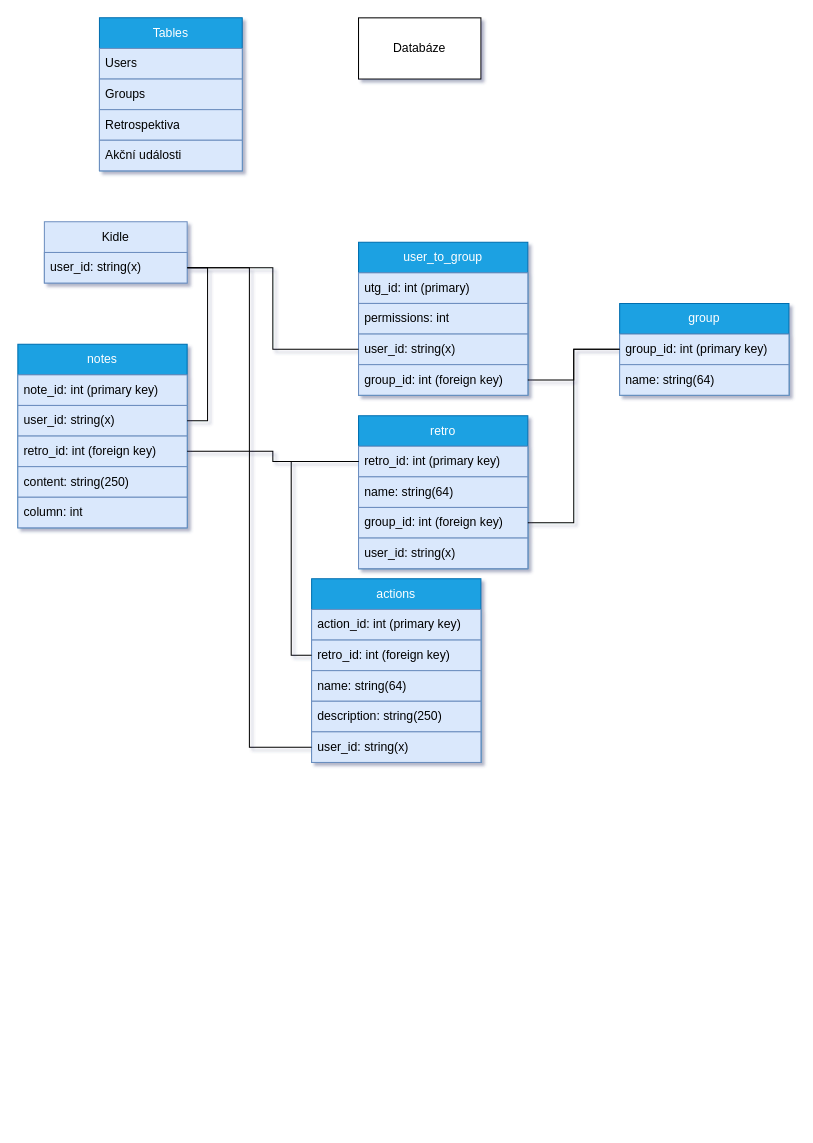
ProjNull/Praeteritum keeps this draw.io diagram as backend/app/database/schemes/Praeterium.drawio. Above is the earlier version. Source tidied: cells renumbered, new cells numbered last; positions are measured from the earlier drawing's top-left corner, leaving out a move shared by most shapes. Both pictures are drawn from the tidied source at 102%, with x=0, y=0 at pixel (17, 17).
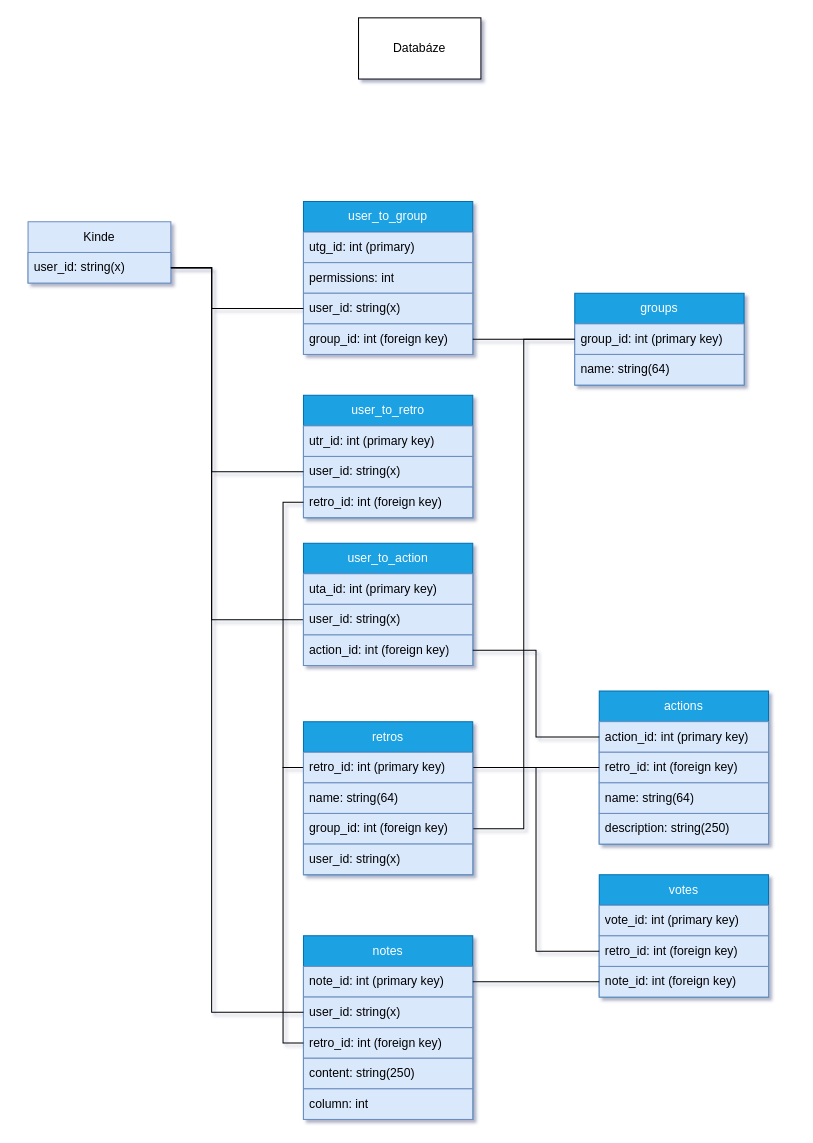
The same diagram, later.

Unchanged cells that the change refers to:
```xml
<mxCell id="11" value="user_id: string(x)" style="text;strokeColor=#6c8ebf;fillColor=#dae8fc;align=left;verticalAlign=middle;spacingLeft=4;spacingRight=4;overflow=hidden;points=[[0,0.5],[1,0.5]];portConstraint=eastwest;whiteSpace=wrap;html=1;" parent="8" vertex="1">
  <mxGeometry y="90" width="166" height="30" as="geometry" />
</mxCell>
<mxCell id="19" value="action_id: int (primary key)" style="text;strokeColor=#6c8ebf;fillColor=#dae8fc;align=left;verticalAlign=middle;spacingLeft=4;spacingRight=4;overflow=hidden;points=[[0,0.5],[1,0.5]];portConstraint=eastwest;whiteSpace=wrap;html=1;" parent="18" vertex="1">
  <mxGeometry y="30" width="166" height="30" as="geometry" />
</mxCell>
<mxCell id="20" value="retro_id: int (foreign key)" style="text;strokeColor=#6c8ebf;fillColor=#dae8fc;align=left;verticalAlign=middle;spacingLeft=4;spacingRight=4;overflow=hidden;points=[[0,0.5],[1,0.5]];portConstraint=eastwest;whiteSpace=wrap;html=1;" parent="18" vertex="1">
  <mxGeometry y="60" width="166" height="30" as="geometry" />
</mxCell>
<mxCell id="32" value="note_id: int (primary key)" style="text;strokeColor=#6c8ebf;fillColor=#dae8fc;align=left;verticalAlign=middle;spacingLeft=4;spacingRight=4;overflow=hidden;points=[[0,0.5],[1,0.5]];portConstraint=eastwest;whiteSpace=wrap;html=1;" parent="31" vertex="1">
  <mxGeometry y="30" width="166" height="30" as="geometry" />
</mxCell>
<mxCell id="33" value="user_id: string(x)" style="text;strokeColor=#6c8ebf;fillColor=#dae8fc;align=left;verticalAlign=middle;spacingLeft=4;spacingRight=4;overflow=hidden;points=[[0,0.5],[1,0.5]];portConstraint=eastwest;whiteSpace=wrap;html=1;" parent="31" vertex="1">
  <mxGeometry y="60" width="166" height="30" as="geometry" />
</mxCell>
<mxCell id="34" value="retro_id: int (foreign key)" style="text;strokeColor=#6c8ebf;fillColor=#dae8fc;align=left;verticalAlign=middle;spacingLeft=4;spacingRight=4;overflow=hidden;points=[[0,0.5],[1,0.5]];portConstraint=eastwest;whiteSpace=wrap;html=1;" parent="31" vertex="1">
  <mxGeometry y="90" width="166" height="30" as="geometry" />
</mxCell>
<mxCell id="39" value="&lt;span style=&quot;text-align: center;&quot;&gt;user_id: string(x)&lt;/span&gt;" style="text;strokeColor=#6c8ebf;fillColor=#dae8fc;align=left;verticalAlign=middle;spacingLeft=4;spacingRight=4;overflow=hidden;points=[[0,0.5],[1,0.5]];portConstraint=eastwest;whiteSpace=wrap;html=1;" parent="38" vertex="1">
  <mxGeometry y="30" width="140" height="30" as="geometry" />
</mxCell>
```

Change to the diagram source:
```diff
@@
-    <mxCell id="2" value="Tables" style="swimlane;fontStyle=0;horizontal=1;startSize=30;whiteSpace=wrap;html=1;fillColor=#1ba1e2;strokeColor=#006EAF;fontColor=#ffffff;" parent="1" vertex="1">
-      <mxGeometry x="80" width="140" height="150" as="geometry" />
-    </mxCell>
-    <mxCell id="3" value="Users" style="text;strokeColor=#6c8ebf;fillColor=#dae8fc;align=left;verticalAlign=middle;spacingLeft=4;spacingRight=4;overflow=hidden;whiteSpace=wrap;html=1;" parent="2" vertex="1">
-      <mxGeometry y="30" width="140" height="30" as="geometry" />
-    </mxCell>
-    <mxCell id="4" value="Groups" style="text;strokeColor=#6c8ebf;fillColor=#dae8fc;align=left;verticalAlign=middle;spacingLeft=4;spacingRight=4;overflow=hidden;whiteSpace=wrap;html=1;" parent="2" vertex="1">
-      <mxGeometry y="60" width="140" height="30" as="geometry" />
-    </mxCell>
-    <mxCell id="5" value="Retrospektiva" style="text;strokeColor=#6c8ebf;fillColor=#dae8fc;align=left;verticalAlign=middle;spacingLeft=4;spacingRight=4;overflow=hidden;whiteSpace=wrap;html=1;" parent="2" vertex="1">
-      <mxGeometry y="90" width="140" height="30" as="geometry" />
-    </mxCell>
-    <mxCell id="6" value="Akční události" style="text;strokeColor=#6c8ebf;fillColor=#dae8fc;align=left;verticalAlign=middle;spacingLeft=4;spacingRight=4;overflow=hidden;whiteSpace=wrap;html=1;" parent="2" vertex="1">
-      <mxGeometry y="120" width="140" height="30" as="geometry" />
-    </mxCell>
@@
     <mxCell id="8" value="user_to_group" style="swimlane;fontStyle=0;horizontal=1;startSize=30;whiteSpace=wrap;html=1;fillColor=#1ba1e2;fontColor=#ffffff;strokeColor=#006EAF;" parent="1" vertex="1">
-      <mxGeometry x="334" y="220" width="166" height="150" as="geometry" />
+      <mxGeometry x="280" y="180" width="166" height="150" as="geometry" />
     </mxCell>
@@
     <mxCell id="13" style="edgeStyle=orthogonalEdgeStyle;rounded=0;jettySize=auto;html=1;exitX=1;exitY=0.5;exitDx=0;exitDy=0;entryX=0;entryY=0.5;entryDx=0;entryDy=0;startArrow=none;startFill=0;endArrow=none;endFill=0;" parent="1" edge="1" source="39" target="11">
-      <mxGeometry relative="1" as="geometry" />
+      <mxGeometry relative="1" as="geometry">
+        <Array as="points">
+          <mxPoint x="190" y="245" />
+          <mxPoint x="190" y="285" />
+        </Array>
+      </mxGeometry>
     </mxCell>
-    <mxCell id="14" value="group" style="swimlane;fontStyle=0;horizontal=1;startSize=30;whiteSpace=wrap;html=1;fillColor=#1ba1e2;fontColor=#ffffff;strokeColor=#006EAF;" parent="1" vertex="1">
-      <mxGeometry x="590" y="280" width="166" height="90" as="geometry" />
+    <mxCell id="14" value="groups" style="swimlane;fontStyle=0;horizontal=1;startSize=30;whiteSpace=wrap;html=1;fillColor=#1ba1e2;fontColor=#ffffff;strokeColor=#006EAF;" parent="1" vertex="1">
+      <mxGeometry x="546" y="270" width="166" height="90" as="geometry" />
     </mxCell>
@@
     <mxCell id="18" value="actions" style="swimlane;fontStyle=0;horizontal=1;startSize=30;whiteSpace=wrap;html=1;fillColor=#1ba1e2;fontColor=#ffffff;strokeColor=#006EAF;" parent="1" vertex="1">
-      <mxGeometry x="288" y="550" width="166" height="180" as="geometry" />
+      <mxGeometry x="570" y="660" width="166" height="150" as="geometry" />
     </mxCell>
@@
-    <mxCell id="23" value="user_id: string(x)" style="text;strokeColor=#6c8ebf;fillColor=#dae8fc;align=left;verticalAlign=middle;spacingLeft=4;spacingRight=4;overflow=hidden;points=[[0,0.5],[1,0.5]];portConstraint=eastwest;whiteSpace=wrap;html=1;" parent="18" vertex="1">
-      <mxGeometry y="150" width="166" height="30" as="geometry" />
-    </mxCell>
-    <mxCell id="24" value="retro" style="swimlane;fontStyle=0;horizontal=1;startSize=30;whiteSpace=wrap;html=1;fillColor=#1ba1e2;fontColor=#ffffff;strokeColor=#006EAF;" parent="1" vertex="1">
-      <mxGeometry x="334" y="390" width="166" height="150" as="geometry" />
-    </mxCell>
-    <mxCell id="25" value="retro_id: int (primary key)" style="text;strokeColor=#6c8ebf;fillColor=#dae8fc;align=left;verticalAlign=middle;spacingLeft=4;spacingRight=4;overflow=hidden;points=[[0,0.5],[1,0.5]];portConstraint=eastwest;whiteSpace=wrap;html=1;" parent="24" vertex="1">
-      <mxGeometry y="30" width="166" height="30" as="geometry" />
-    </mxCell>
-    <mxCell id="26" value="name: string(64)" style="text;strokeColor=#6c8ebf;fillColor=#dae8fc;align=left;verticalAlign=middle;spacingLeft=4;spacingRight=4;overflow=hidden;whiteSpace=wrap;html=1;" parent="24" vertex="1">
-      <mxGeometry y="60" width="166" height="30" as="geometry" />
-    </mxCell>
-    <mxCell id="27" value="group_id: int (foreign key)" style="text;strokeColor=#6c8ebf;fillColor=#dae8fc;align=left;verticalAlign=middle;spacingLeft=4;spacingRight=4;overflow=hidden;points=[[0,0.5],[1,0.5]];portConstraint=eastwest;whiteSpace=wrap;html=1;" parent="24" vertex="1">
-      <mxGeometry y="90" width="166" height="30" as="geometry" />
-    </mxCell>
-    <mxCell id="28" value="&lt;span style=&quot;text-align: center;&quot;&gt;user_id: string(x)&lt;/span&gt;" style="text;strokeColor=#6c8ebf;fillColor=#dae8fc;align=left;verticalAlign=middle;spacingLeft=4;spacingRight=4;overflow=hidden;whiteSpace=wrap;html=1;" parent="24" vertex="1">
-      <mxGeometry y="120" width="166" height="30" as="geometry" />
-    </mxCell>
@@
-    <mxCell id="30" style="edgeStyle=orthogonalEdgeStyle;rounded=0;jettySize=auto;html=1;exitX=0;exitY=0.5;exitDx=0;exitDy=0;entryX=0;entryY=0.5;entryDx=0;entryDy=0;startArrow=none;startFill=0;endArrow=none;endFill=0;" parent="1" edge="1" source="25" target="20">
+    <mxCell id="30" style="edgeStyle=orthogonalEdgeStyle;rounded=0;jettySize=auto;html=1;startArrow=none;startFill=0;endArrow=none;endFill=0;" parent="1" edge="1" source="25" target="20">
       <mxGeometry relative="1" as="geometry" />
     </mxCell>
     <mxCell id="31" value="notes" style="swimlane;fontStyle=0;horizontal=1;startSize=30;whiteSpace=wrap;html=1;fillColor=#1ba1e2;fontColor=#ffffff;strokeColor=#006EAF;" parent="1" vertex="1">
-      <mxGeometry y="320" width="166" height="180" as="geometry" />
+      <mxGeometry x="280" y="900" width="166" height="180" as="geometry" />
     </mxCell>
@@
-    <mxCell id="37" style="edgeStyle=orthogonalEdgeStyle;rounded=0;jettySize=auto;html=1;exitX=0;exitY=0.5;exitDx=0;exitDy=0;startArrow=none;startFill=0;endArrow=none;endFill=0;" parent="1" edge="1" source="25" target="34">
+    <mxCell id="37" style="edgeStyle=orthogonalEdgeStyle;rounded=0;jettySize=auto;html=1;exitX=0;exitY=0.5;exitDx=0;exitDy=0;startArrow=none;startFill=0;endArrow=none;endFill=0;entryX=0;entryY=0.5;entryDx=0;entryDy=0;" parent="1" edge="1" source="25" target="34">
       <mxGeometry relative="1" as="geometry" />
     </mxCell>
-    <mxCell id="38" value="Kidle" style="swimlane;fontStyle=0;horizontal=1;startSize=30;whiteSpace=wrap;html=1;fillColor=#dae8fc;strokeColor=#6c8ebf;" parent="1" vertex="1">
-      <mxGeometry x="26" y="200" width="140" height="60" as="geometry" />
+    <mxCell id="38" value="Kinde" style="swimlane;fontStyle=0;horizontal=1;startSize=30;whiteSpace=wrap;html=1;fillColor=#dae8fc;strokeColor=#6c8ebf;" parent="1" vertex="1">
+      <mxGeometry x="10" y="200" width="140" height="60" as="geometry" />
     </mxCell>
@@
-    <mxCell id="40" style="edgeStyle=orthogonalEdgeStyle;rounded=0;jettySize=auto;html=1;entryX=1;entryY=0.75;entryDx=0;entryDy=0;startArrow=none;startFill=0;endArrow=none;endFill=0;" parent="1" edge="1" source="33" target="38">
-      <mxGeometry relative="1" as="geometry" />
+    <mxCell id="40" style="edgeStyle=orthogonalEdgeStyle;rounded=0;jettySize=auto;html=1;entryX=1;entryY=0.75;entryDx=0;entryDy=0;startArrow=none;startFill=0;endArrow=none;endFill=0;exitX=0;exitY=0.5;exitDx=0;exitDy=0;" parent="1" edge="1" source="33" target="38">
+      <mxGeometry relative="1" as="geometry">
+        <Array as="points">
+          <mxPoint x="190" y="975" />
+          <mxPoint x="190" y="245" />
+        </Array>
+      </mxGeometry>
     </mxCell>
+    <mxCell id="42" value="user_to_retro" style="swimlane;fontStyle=0;horizontal=1;startSize=30;whiteSpace=wrap;html=1;fillColor=#1ba1e2;fontColor=#ffffff;strokeColor=#006EAF;" parent="1" vertex="1">
+      <mxGeometry x="280" y="370" width="166" height="120" as="geometry" />
+    </mxCell>
+    <mxCell id="43" value="utr_id: int (primary key)" style="text;strokeColor=#6c8ebf;fillColor=#dae8fc;align=left;verticalAlign=middle;spacingLeft=4;spacingRight=4;overflow=hidden;whiteSpace=wrap;html=1;" parent="42" vertex="1">
+      <mxGeometry y="30" width="166" height="30" as="geometry" />
+    </mxCell>
+    <mxCell id="23" value="user_id: string(x)" style="text;strokeColor=#6c8ebf;fillColor=#dae8fc;align=left;verticalAlign=middle;spacingLeft=4;spacingRight=4;overflow=hidden;points=[[0,0.5],[1,0.5]];portConstraint=eastwest;whiteSpace=wrap;html=1;" parent="42" vertex="1">
+      <mxGeometry y="60" width="166" height="30" as="geometry" />
+    </mxCell>
+    <mxCell id="44" value="retro_id: int (foreign key)" style="text;strokeColor=#6c8ebf;fillColor=#dae8fc;align=left;verticalAlign=middle;spacingLeft=4;spacingRight=4;overflow=hidden;points=[[0,0.5],[1,0.5]];portConstraint=eastwest;whiteSpace=wrap;html=1;" parent="42" vertex="1">
+      <mxGeometry y="90" width="166" height="30" as="geometry" />
+    </mxCell>
+    <mxCell id="45" style="edgeStyle=orthogonalEdgeStyle;rounded=0;jettySize=auto;html=1;startArrow=none;startFill=0;endArrow=none;endFill=0;entryX=0;entryY=0.5;entryDx=0;entryDy=0;" parent="1" edge="1" source="44" target="25">
+      <mxGeometry relative="1" as="geometry" />
+    </mxCell>
-    <mxCell id="41" style="edgeStyle=orthogonalEdgeStyle;rounded=0;jettySize=auto;html=1;startArrow=none;startFill=0;endArrow=none;endFill=0;" parent="1" edge="1" source="23" target="39">
-      <mxGeometry relative="1" as="geometry" />
+    <mxCell id="41" style="edgeStyle=orthogonalEdgeStyle;rounded=0;jettySize=auto;html=1;startArrow=none;startFill=0;endArrow=none;endFill=0;exitX=0;exitY=0.5;exitDx=0;exitDy=0;entryX=1;entryY=0.5;entryDx=0;entryDy=0;" parent="1" edge="1" source="23" target="39">
+      <mxGeometry relative="1" as="geometry">
+        <Array as="points">
+          <mxPoint x="190" y="445" />
+          <mxPoint x="190" y="245" />
+        </Array>
+      </mxGeometry>
     </mxCell>
+    <mxCell id="46" value="votes" style="swimlane;fontStyle=0;horizontal=1;startSize=30;whiteSpace=wrap;html=1;fillColor=#1ba1e2;fontColor=#ffffff;strokeColor=#006EAF;" parent="1" vertex="1">
+      <mxGeometry x="570" y="840" width="166" height="120" as="geometry" />
+    </mxCell>
+    <mxCell id="47" value="vote_id: int (primary key)" style="text;strokeColor=#6c8ebf;fillColor=#dae8fc;align=left;verticalAlign=middle;spacingLeft=4;spacingRight=4;overflow=hidden;whiteSpace=wrap;html=1;" parent="46" vertex="1">
+      <mxGeometry y="30" width="166" height="30" as="geometry" />
+    </mxCell>
+    <mxCell id="48" value="retro_id: int (foreign key)" style="text;strokeColor=#6c8ebf;fillColor=#dae8fc;align=left;verticalAlign=middle;spacingLeft=4;spacingRight=4;overflow=hidden;points=[[0,0.5],[1,0.5]];portConstraint=eastwest;whiteSpace=wrap;html=1;" parent="46" vertex="1">
+      <mxGeometry y="60" width="166" height="30" as="geometry" />
+    </mxCell>
+    <mxCell id="49" value="note_id: int (foreign&amp;nbsp;key)" style="text;strokeColor=#6c8ebf;fillColor=#dae8fc;align=left;verticalAlign=middle;spacingLeft=4;spacingRight=4;overflow=hidden;points=[[0,0.5],[1,0.5]];portConstraint=eastwest;whiteSpace=wrap;html=1;" parent="46" vertex="1">
+      <mxGeometry y="90" width="166" height="30" as="geometry" />
+    </mxCell>
+    <mxCell id="50" style="edgeStyle=orthogonalEdgeStyle;rounded=0;jettySize=auto;html=1;startArrow=none;startFill=0;endArrow=none;endFill=0;" parent="1" edge="1" source="54" target="39">
+      <mxGeometry relative="1" as="geometry">
+        <Array as="points">
+          <mxPoint x="190" y="590" />
+          <mxPoint x="190" y="245" />
+        </Array>
+      </mxGeometry>
+    </mxCell>
+    <mxCell id="51" style="edgeStyle=orthogonalEdgeStyle;rounded=0;jettySize=auto;html=1;startArrow=none;startFill=0;endArrow=none;endFill=0;entryX=1;entryY=0.5;entryDx=0;entryDy=0;exitX=0;exitY=0.5;exitDx=0;exitDy=0;" parent="1" edge="1" source="48" target="25">
+      <mxGeometry relative="1" as="geometry" />
+    </mxCell>
+    <mxCell id="52" value="user_to_action" style="swimlane;fontStyle=0;horizontal=1;startSize=30;whiteSpace=wrap;html=1;fillColor=#1ba1e2;fontColor=#ffffff;strokeColor=#006EAF;" parent="1" vertex="1">
+      <mxGeometry x="280" y="515" width="166" height="120" as="geometry" />
+    </mxCell>
+    <mxCell id="53" value="uta_id: int (primary key)" style="text;strokeColor=#6c8ebf;fillColor=#dae8fc;align=left;verticalAlign=middle;spacingLeft=4;spacingRight=4;overflow=hidden;whiteSpace=wrap;html=1;" parent="52" vertex="1">
+      <mxGeometry y="30" width="166" height="30" as="geometry" />
+    </mxCell>
+    <mxCell id="54" value="&lt;span style=&quot;text-align: center;&quot;&gt;user_id: string(x)&lt;/span&gt;" style="text;strokeColor=#6c8ebf;fillColor=#dae8fc;align=left;verticalAlign=middle;spacingLeft=4;spacingRight=4;overflow=hidden;points=[[0,0.5],[1,0.5]];portConstraint=eastwest;whiteSpace=wrap;html=1;" parent="52" vertex="1">
+      <mxGeometry y="60" width="166" height="30" as="geometry" />
+    </mxCell>
+    <mxCell id="55" value="action_id: int (foreign key)" style="text;strokeColor=#6c8ebf;fillColor=#dae8fc;align=left;verticalAlign=middle;spacingLeft=4;spacingRight=4;overflow=hidden;points=[[0,0.5],[1,0.5]];portConstraint=eastwest;whiteSpace=wrap;html=1;" parent="52" vertex="1">
+      <mxGeometry y="90" width="166" height="30" as="geometry" />
+    </mxCell>
+    <mxCell id="56" style="edgeStyle=orthogonalEdgeStyle;rounded=0;jettySize=auto;html=1;startArrow=none;startFill=0;endArrow=none;endFill=0;" parent="1" edge="1" source="55" target="19">
+      <mxGeometry relative="1" as="geometry" />
+    </mxCell>
+    <mxCell id="57" style="edgeStyle=orthogonalEdgeStyle;rounded=0;jettySize=auto;html=1;startArrow=none;startFill=0;endArrow=none;endFill=0;exitX=0;exitY=0.5;exitDx=0;exitDy=0;" parent="1" edge="1" source="49" target="32">
+      <mxGeometry relative="1" as="geometry" />
+    </mxCell>
+    <mxCell id="24" value="retros" style="swimlane;fontStyle=0;horizontal=1;startSize=30;whiteSpace=wrap;html=1;fillColor=#1ba1e2;fontColor=#ffffff;strokeColor=#006EAF;" parent="1" vertex="1">
+      <mxGeometry x="280" y="690" width="166" height="150" as="geometry" />
+    </mxCell>
+    <mxCell id="25" value="retro_id: int (primary key)" style="text;strokeColor=#6c8ebf;fillColor=#dae8fc;align=left;verticalAlign=middle;spacingLeft=4;spacingRight=4;overflow=hidden;points=[[0,0.5],[1,0.5]];portConstraint=eastwest;whiteSpace=wrap;html=1;" parent="24" vertex="1">
+      <mxGeometry y="30" width="166" height="30" as="geometry" />
+    </mxCell>
+    <mxCell id="26" value="name: string(64)" style="text;strokeColor=#6c8ebf;fillColor=#dae8fc;align=left;verticalAlign=middle;spacingLeft=4;spacingRight=4;overflow=hidden;whiteSpace=wrap;html=1;" parent="24" vertex="1">
+      <mxGeometry y="60" width="166" height="30" as="geometry" />
+    </mxCell>
+    <mxCell id="27" value="group_id: int (foreign key)" style="text;strokeColor=#6c8ebf;fillColor=#dae8fc;align=left;verticalAlign=middle;spacingLeft=4;spacingRight=4;overflow=hidden;points=[[0,0.5],[1,0.5]];portConstraint=eastwest;whiteSpace=wrap;html=1;" parent="24" vertex="1">
+      <mxGeometry y="90" width="166" height="30" as="geometry" />
+    </mxCell>
+    <mxCell id="28" value="&lt;span style=&quot;text-align: center;&quot;&gt;user_id: string(x)&lt;/span&gt;" style="text;strokeColor=#6c8ebf;fillColor=#dae8fc;align=left;verticalAlign=middle;spacingLeft=4;spacingRight=4;overflow=hidden;whiteSpace=wrap;html=1;" parent="24" vertex="1">
+      <mxGeometry y="120" width="166" height="30" as="geometry" />
+    </mxCell>
```
